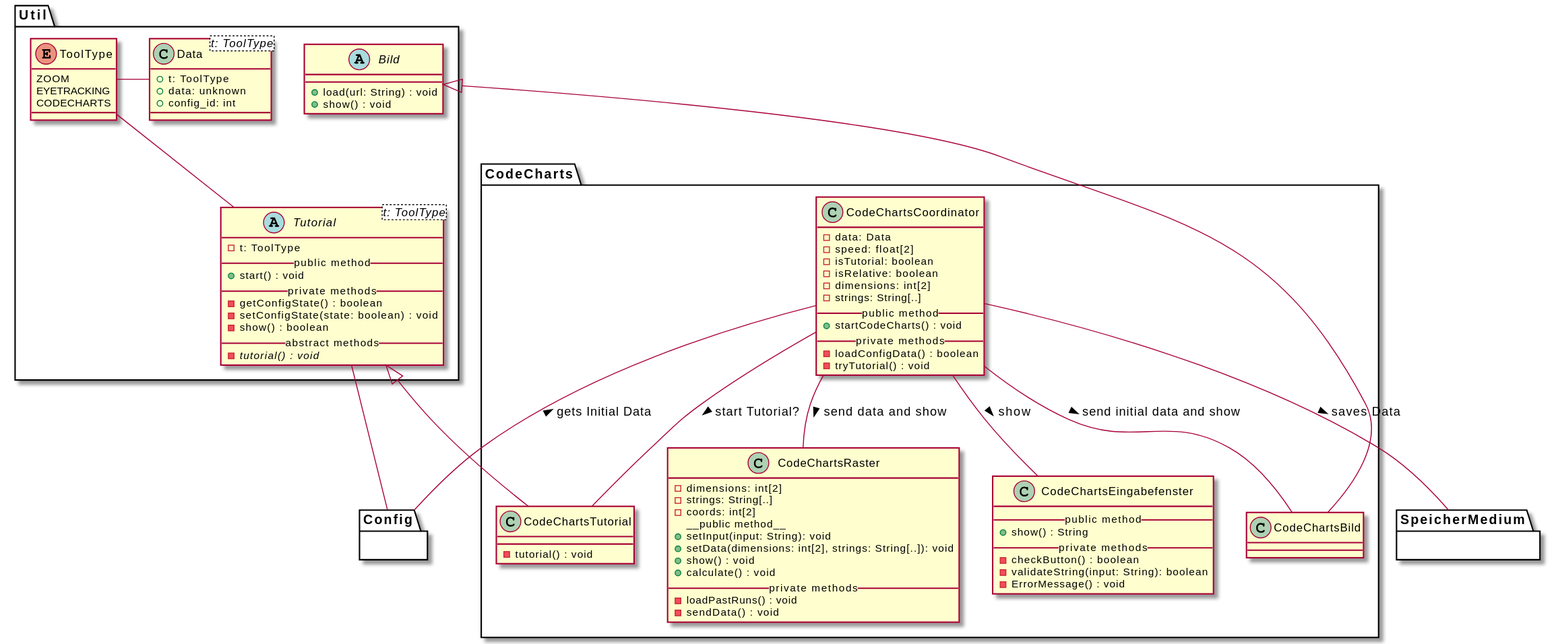
Earlier version of the PlantUML export meilenstein_03/uml-code_charts/uml-code_charts.svg (weichware10/meilensteine). Source of this version:
```plantuml
@startuml
top to bottom direction

package Util {
    abstract Tutorial<t: ToolType> {
      - t: ToolType
      __public method__
      + start() : void
      __private methods__
      - getConfigState() : boolean
      - setConfigState(state: boolean) : void
      - show() : boolean
      __abstract methods__
      - {abstract} tutorial() : void
    }

    enum ToolType {
      ZOOM
      EYETRACKING
      CODECHARTS
    }

    Tutorial -u- ToolType
    Data -r- ToolType
    Tutorial -d- Config



    abstract Bild {
      + load(url: String) : void
      + show() : void
    }

    class Data<t: ToolType> {
        + t: ToolType
        + data: unknown
        + config_id: int
    }
}

package CodeCharts {

    class CodeChartsTutorial {
      - tutorial() : void
    }

    class CodeChartsCoordinator {
        - data: Data
        - speed: float[2]
        - isTutorial: boolean
        - isRelative: boolean
        - dimensions: int[2]
        - strings: String[..]
        __public method__
        + startCodeCharts() : void
        __private methods__
        - loadConfigData() : boolean
        - tryTutorial() : void
    }

    class CodeChartsBild {
    }

    class CodeChartsRaster {
        - dimensions: int[2]
        - strings: String[..]
        - coords: int[2]
        __public method__
        + setInput(input: String): void
        + setData(dimensions: int[2], strings: String[..]): void
        + show() : void
        + calculate() : void
        __private methods__
        - loadPastRuns() : void
        - sendData() : void
    }

    class CodeChartsEingabefenster {
        __public method__
        + show() : String
        __private methods__
        - checkButton() : boolean
        - validateString(input: String): boolean
        - ErrorMessage() : void
    }

    Bild <|-d- CodeChartsBild
    Tutorial <|-d- CodeChartsTutorial

    CodeChartsCoordinator -- CodeChartsBild : > send initial data and show
    CodeChartsCoordinator -- CodeChartsRaster : > send data and show
    CodeChartsCoordinator -- CodeChartsEingabefenster : > show
    CodeChartsCoordinator -- CodeChartsTutorial : > start Tutorial?

    CodeChartsCoordinator -- SpeicherMedium : > saves Data
    CodeChartsCoordinator -- Config : < gets Initial Data

}

package Config {}

package SpeicherMedium {}
@enduml
```
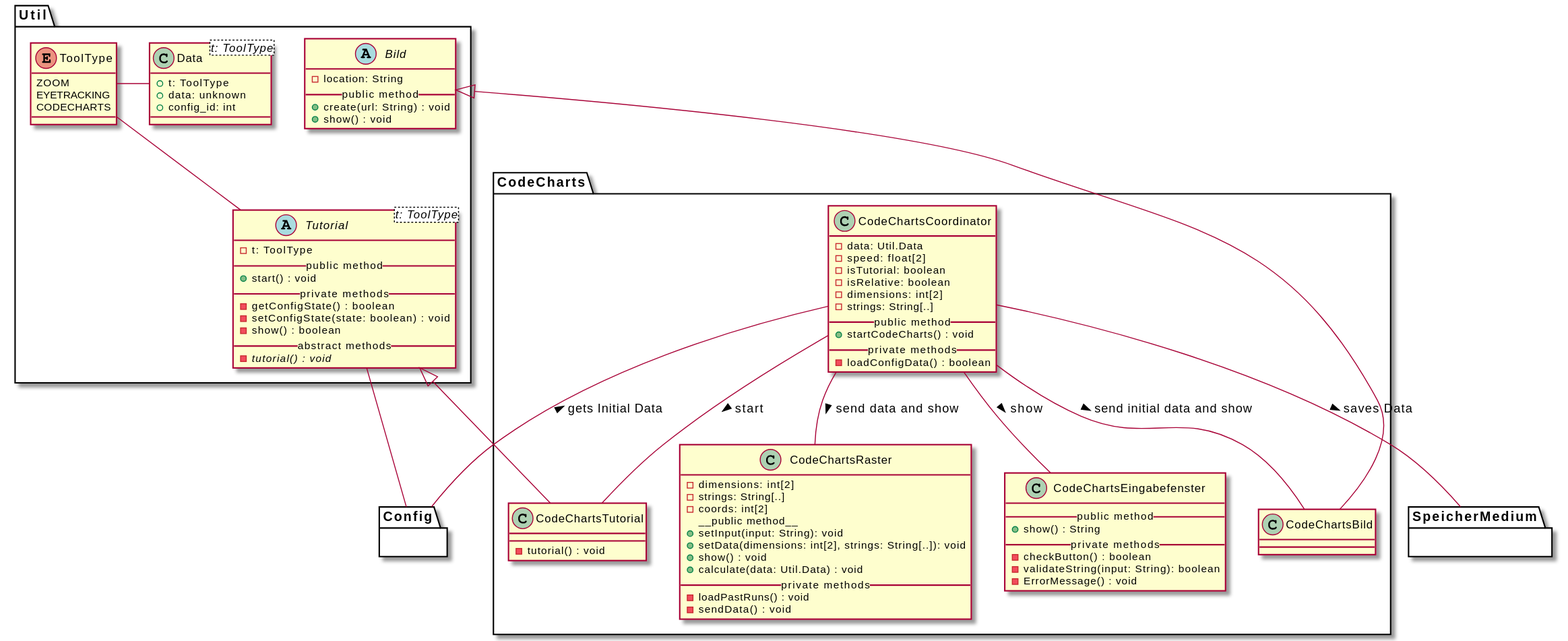
After the commit.

Commit message:
Render PlantUML SVGs

The edit, as a diff of the source:
```diff
@@ -27,7 +27,9 @@
 
 
     abstract Bild {
-      + load(url: String) : void
+      - location: String
+      __public method__
+      + create(url: String) : void
       + show() : void
     }
 
@@ -45,7 +47,7 @@
     }
 
     class CodeChartsCoordinator {
-        - data: Data
+        - data: Util.Data
         - speed: float[2]
         - isTutorial: boolean
         - isRelative: boolean
@@ -55,7 +57,6 @@
         + startCodeCharts() : void
         __private methods__
         - loadConfigData() : boolean
-        - tryTutorial() : void
     }
 
     class CodeChartsBild {
@@ -69,7 +70,7 @@
         + setInput(input: String): void
         + setData(dimensions: int[2], strings: String[..]): void
         + show() : void
-        + calculate() : void
+        + calculate(data: Util.Data) : void
         __private methods__
         - loadPastRuns() : void
         - sendData() : void
@@ -90,7 +91,7 @@
     CodeChartsCoordinator -- CodeChartsBild : > send initial data and show
     CodeChartsCoordinator -- CodeChartsRaster : > send data and show
     CodeChartsCoordinator -- CodeChartsEingabefenster : > show
-    CodeChartsCoordinator -- CodeChartsTutorial : > start Tutorial?
+    CodeChartsCoordinator -- CodeChartsTutorial : > start
 
     CodeChartsCoordinator -- SpeicherMedium : > saves Data
     CodeChartsCoordinator -- Config : < gets Initial Data
```
